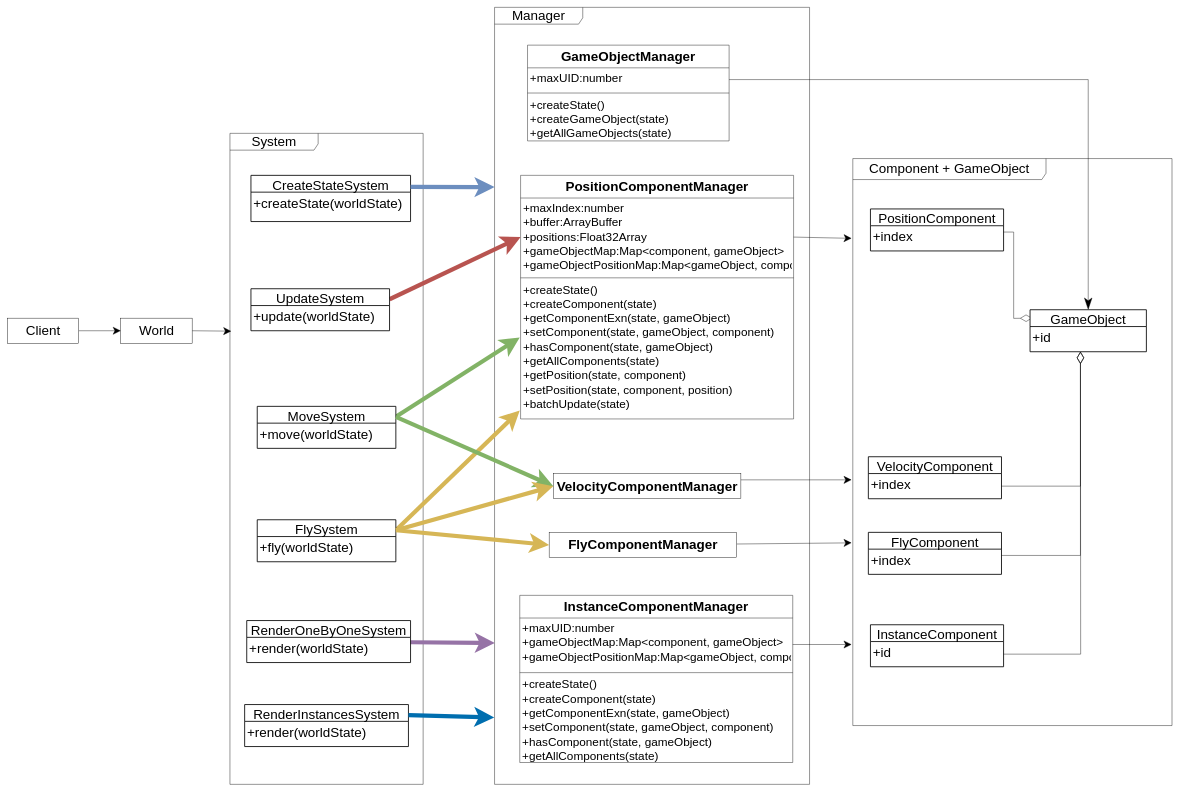
This is packages/ECS模式/story_improve/UML.drawio from yyc-git/3DProgramPattern, a draw.io file, before an edit. Source tidied: cells renumbered, new cells numbered last; positions are measured from the earlier drawing's top-left corner, leaving out a move shared by most shapes. Both pictures are drawn from the tidied source at 42%, with x=0, y=0 at pixel (7, 7).
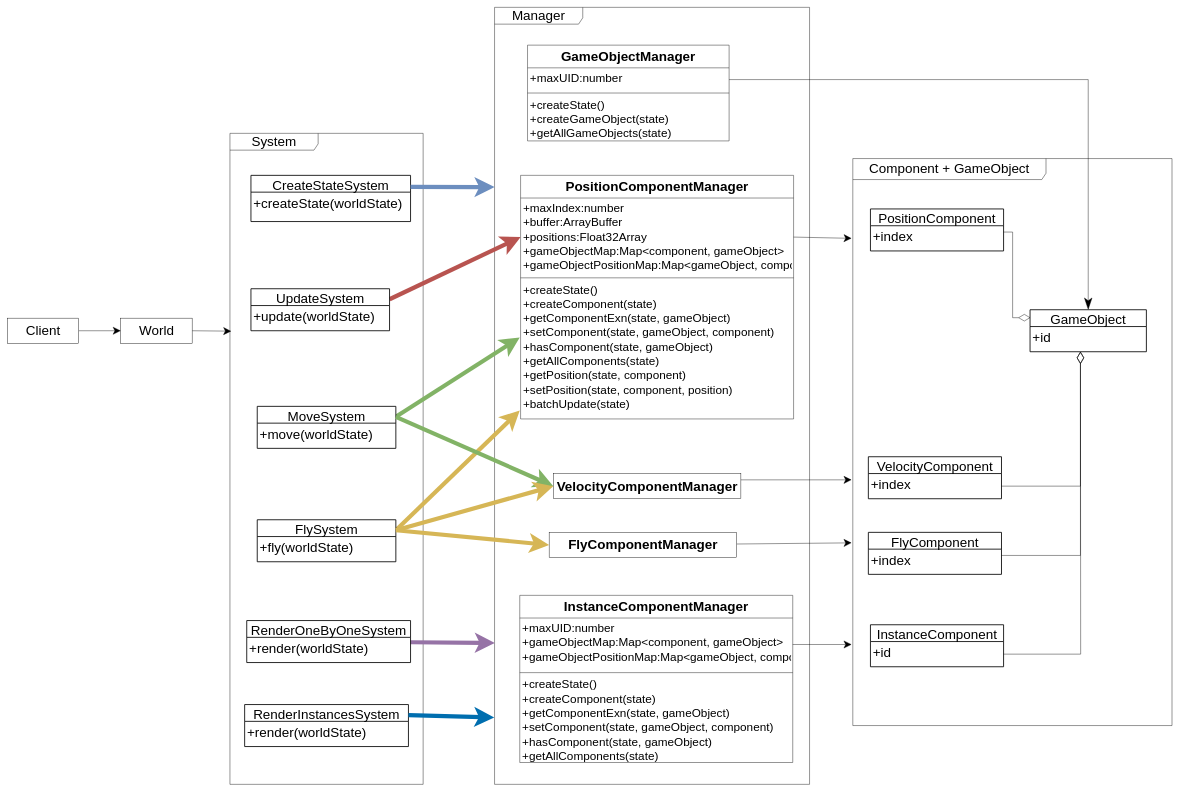
The same diagram, later.

The change refers to these unchanged cells:
```xml
<mxCell id="7" value="GameObject" style="swimlane;horizontal=1;startSize=40;rounded=0;fontSize=32;fontStyle=0;strokeWidth=2;shadow=0;dashed=0;align=center;" parent="1" vertex="1">
  <mxGeometry x="2435" y="720" width="277" height="100" as="geometry" />
</mxCell>
<mxCell id="10" value="+index" style="align=left;strokeColor=none;fillColor=none;spacingLeft=4;fontSize=32;verticalAlign=top;" parent="9" vertex="1">
  <mxGeometry y="40" width="317" height="60" as="geometry" />
</mxCell>
```

Change to the diagram source:
```diff
@@
-    <mxCell id="5" style="edgeStyle=orthogonalEdgeStyle;rounded=0;jettySize=auto;html=1;entryX=1;entryY=0.25;entryDx=0;entryDy=0;startArrow=diamondThin;startFill=0;endArrow=none;endFill=0;startSize=26;endSize=26;strokeWidth=1;" parent="1" edge="1" target="10">
-      <mxGeometry relative="1" as="geometry">
-        <mxPoint x="2440" y="740" as="sourcePoint" />
-      </mxGeometry>
+    <mxCell id="5" style="edgeStyle=orthogonalEdgeStyle;rounded=0;jettySize=auto;html=1;entryX=1;entryY=0.25;entryDx=0;entryDy=0;startArrow=diamondThin;startFill=0;endArrow=none;endFill=0;startSize=26;endSize=26;strokeWidth=1;exitX=0.003;exitY=0.189;exitDx=0;exitDy=0;exitPerimeter=0;" parent="1" edge="1" source="7" target="10">
+      <mxGeometry relative="1" as="geometry" />
     </mxCell>
```
